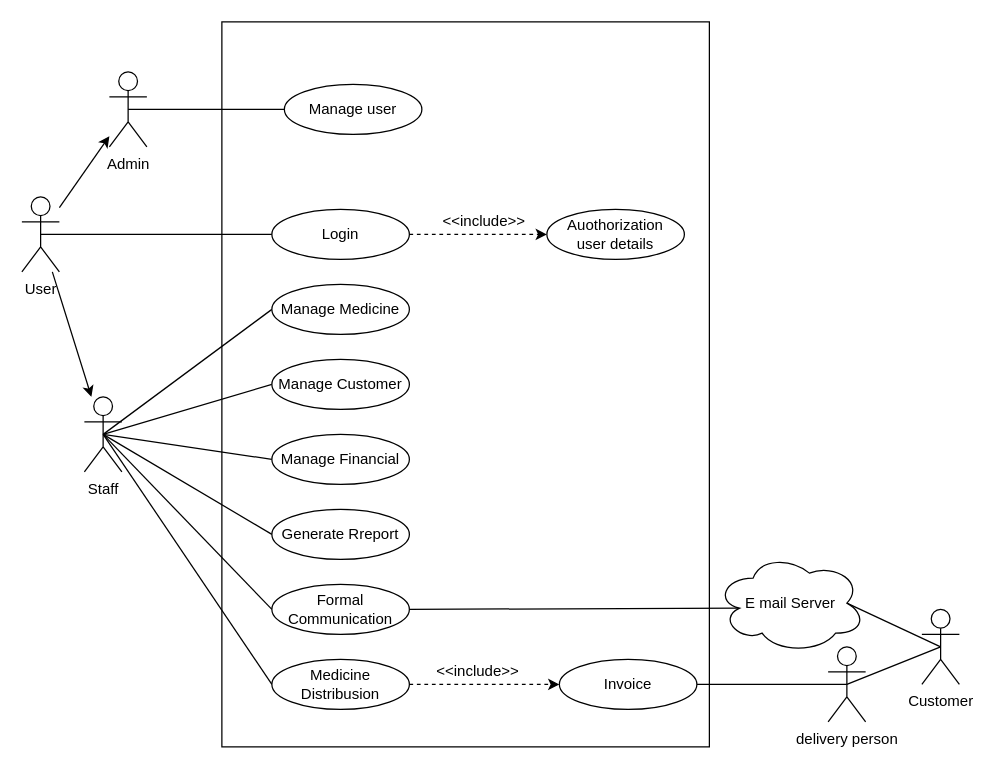
The draw.io diagram Doc/Use case Diagram/Drawio Files/Use-Case-Diagram.drawio in ChandimalPriyamantha/Pharmacy_Shop_Management_System, before the edit. Source tidied: cells renumbered, new cells numbered last; positions are measured from the earlier drawing's top-left corner, leaving out a move shared by most shapes. Both pictures are drawn from the tidied source at 125%, with x=0, y=0 at pixel (21, 21).
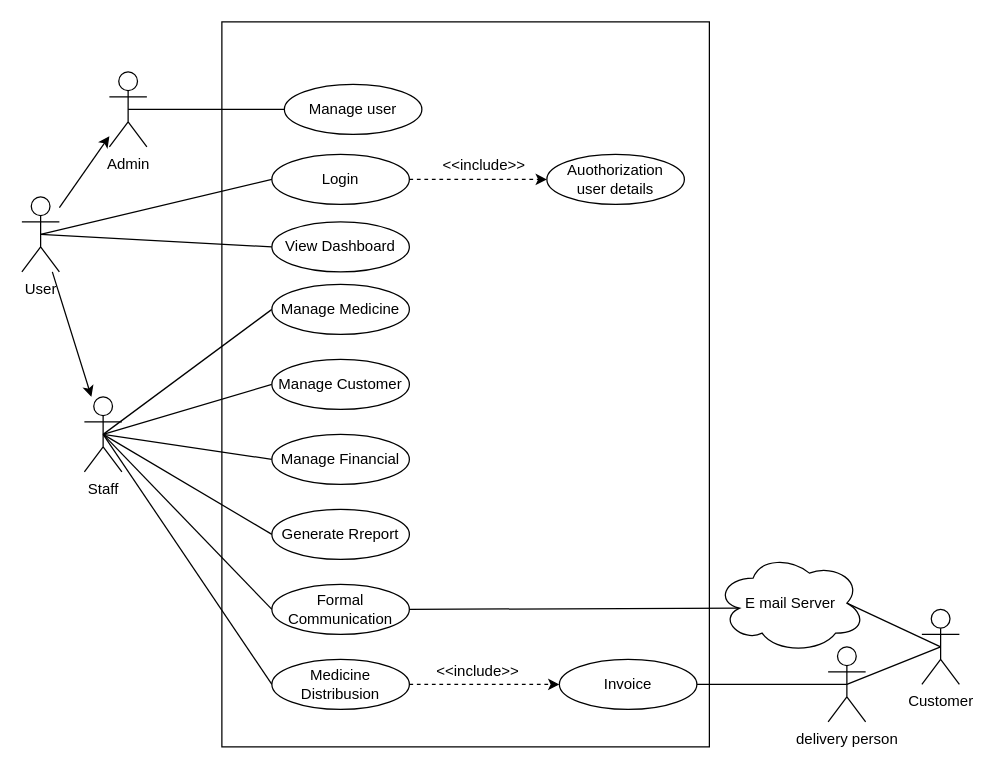
Above is the later version.

Unchanged cells that the change refers to:
```xml
<mxCell id="5" value="User" style="shape=umlActor;verticalLabelPosition=bottom;verticalAlign=top;html=1;outlineConnect=0;" parent="1" vertex="1">
  <mxGeometry y="140" width="30" height="60" as="geometry" />
</mxCell>
```

What changed in the source:
```diff
@@
     <mxCell id="7" value="Login" style="ellipse;whiteSpace=wrap;html=1;" parent="1" vertex="1">
-      <mxGeometry x="200" y="150" width="110" height="40" as="geometry" />
+      <mxGeometry x="200" y="106" width="110" height="40" as="geometry" />
     </mxCell>
@@
     <mxCell id="15" value="Auothorization&lt;br&gt;user details" style="ellipse;whiteSpace=wrap;html=1;" parent="1" vertex="1">
-      <mxGeometry x="420" y="150" width="110" height="40" as="geometry" />
+      <mxGeometry x="420" y="106" width="110" height="40" as="geometry" />
     </mxCell>
@@
     <mxCell id="28" value="&amp;lt;&amp;lt;include&amp;gt;&amp;gt;" style="text;html=1;strokeColor=none;fillColor=none;align=center;verticalAlign=middle;whiteSpace=wrap;rounded=0;rotation=0;" parent="1" vertex="1">
-      <mxGeometry x="340" y="145" width="60" height="30" as="geometry" />
+      <mxGeometry x="340" y="100" width="60" height="30" as="geometry" />
     </mxCell>
@@
+    <mxCell id="37" style="rounded=0;jettySize=auto;html=1;exitX=0.5;exitY=0.5;exitDx=0;exitDy=0;exitPerimeter=0;endArrow=none;endFill=0;entryX=0;entryY=0.5;entryDx=0;entryDy=0;" parent="1" edge="1" source="5" target="38">
+      <mxGeometry relative="1" as="geometry" />
+    </mxCell>
+    <mxCell id="38" value="View Dashboard" style="ellipse;whiteSpace=wrap;html=1;" parent="1" vertex="1">
+      <mxGeometry x="200" y="160" width="110" height="40" as="geometry" />
+    </mxCell>
```
